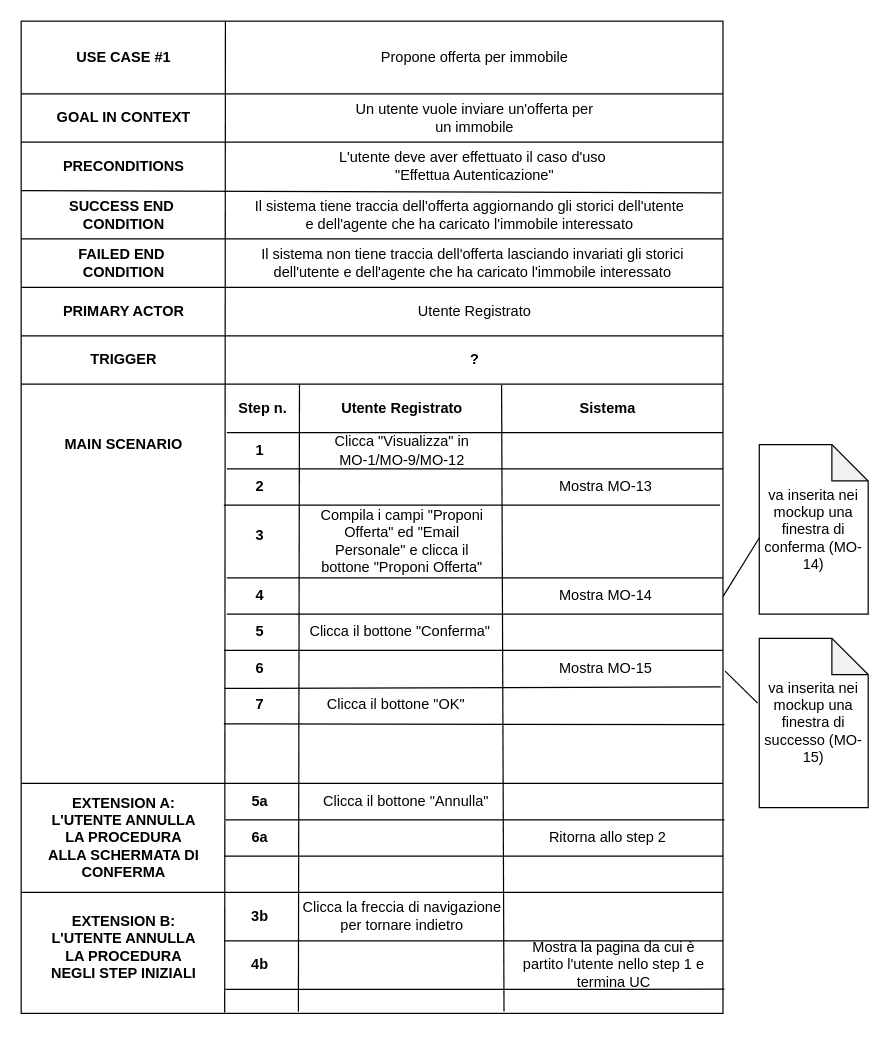
Above: documentazione/cockburns.drawio in Lucalorenzo004/DietiEstates25 (draw.io), before the change. Source tidied: cells renumbered, new cells numbered last; positions are measured from the earlier drawing's top-left corner, leaving out a move shared by most shapes. Both pictures are drawn from the tidied source at 121%, with x=0, y=0 at pixel (21, 21).
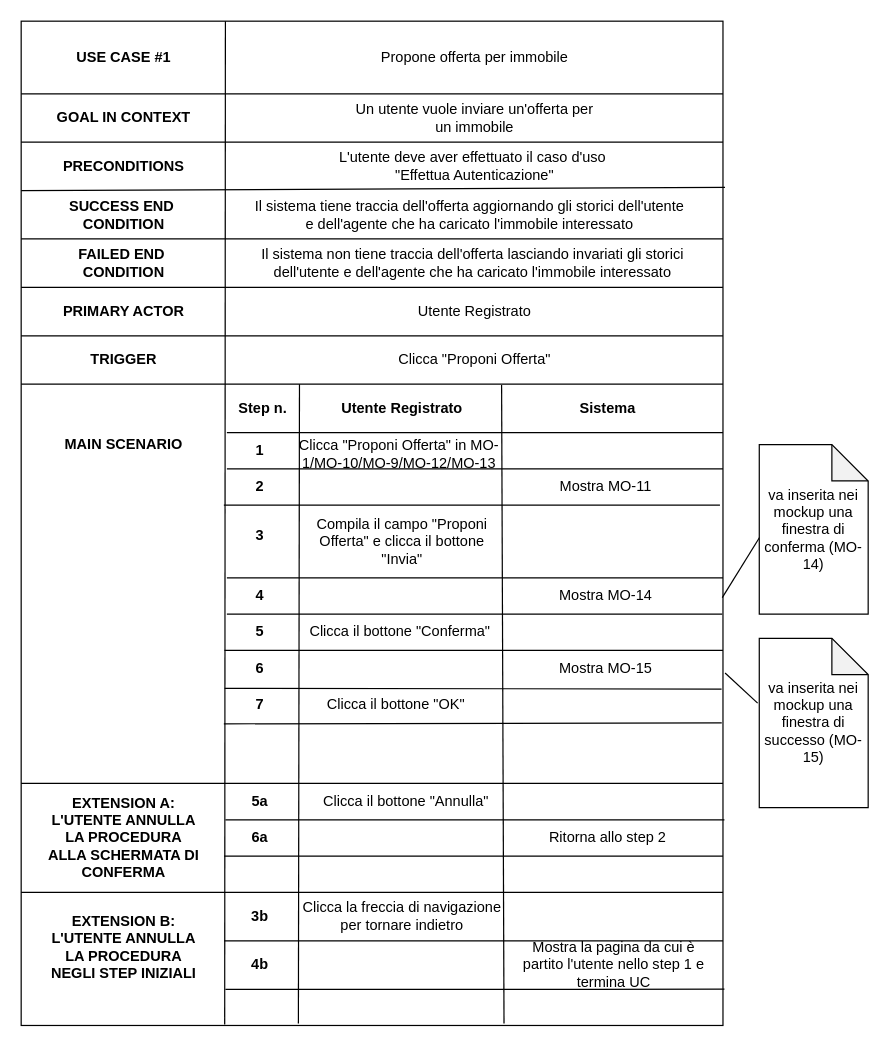
Above is the later version.

Commit message:
ultimato Cockburn relativo al caso d'uso di proposta di un offerta

The change refers to these unchanged cells:
```xml
<mxCell id="21" value="Il sistema tiene traccia dell'offerta aggiornando gli storici dell'utente&amp;nbsp;&lt;div&gt;e dell'agente che ha caricato l'immobile interessato&amp;nbsp;&lt;/div&gt;" style="text;html=1;align=center;verticalAlign=middle;whiteSpace=wrap;rounded=0;" parent="1" vertex="1">
  <mxGeometry x="165" y="140" width="415" height="40" as="geometry" />
</mxCell>
<mxCell id="45" value="va inserita nei mockup una finestra di conferma (MO-14)" style="shape=note;whiteSpace=wrap;html=1;backgroundOutline=1;darkOpacity=0.05;" parent="1" vertex="1">
  <mxGeometry x="610" y="350" width="90" height="140" as="geometry" />
</mxCell>
<mxCell id="51" value="va inserita nei mockup una finestra di successo (MO-15)" style="shape=note;whiteSpace=wrap;html=1;backgroundOutline=1;darkOpacity=0.05;" parent="1" vertex="1">
  <mxGeometry x="610" y="510" width="90" height="140" as="geometry" />
</mxCell>
```

Change to the diagram source:
```diff
@@
     <mxCell id="2" style="rounded=0;whiteSpace=wrap;html=1;" parent="1" vertex="1">
-      <mxGeometry width="580" height="820" as="geometry" />
+      <mxGeometry width="580" height="830" as="geometry" />
     </mxCell>
@@
-    <mxCell id="13" style="endArrow=none;html=1;rounded=0;exitX=-0.003;exitY=0.071;exitDx=0;exitDy=0;exitPerimeter=0;entryX=0.998;entryY=0.173;entryDx=0;entryDy=0;entryPerimeter=0;" parent="1" edge="1" target="2">
+    <mxCell id="13" style="endArrow=none;html=1;rounded=0;exitX=-0.003;exitY=0.071;exitDx=0;exitDy=0;exitPerimeter=0;entryX=1.004;entryY=-0.064;entryDx=0;entryDy=0;entryPerimeter=0;" parent="1" edge="1" target="21">
       <mxGeometry relative="1" as="geometry">
         <mxPoint y="140" as="sourcePoint" />
       </mxGeometry>
     </mxCell>
@@
-    <mxCell id="24" value="&lt;b&gt;?&lt;/b&gt;" style="text;html=1;align=center;verticalAlign=middle;whiteSpace=wrap;rounded=0;" parent="1" vertex="1">
+    <mxCell id="24" value="Clicca &quot;Proponi Offerta&quot;" style="text;html=1;align=center;verticalAlign=middle;whiteSpace=wrap;rounded=0;" parent="1" vertex="1">
       <mxGeometry x="270" y="260" width="210" height="40" as="geometry" />
     </mxCell>
@@
-    <mxCell id="34" value="Clicca &quot;Visualizza&quot; in MO-1/MO-9/MO-12" style="text;html=1;align=center;verticalAlign=middle;whiteSpace=wrap;rounded=0;" parent="1" vertex="1">
-      <mxGeometry x="250" y="335" width="130" height="40" as="geometry" />
+    <mxCell id="34" value="Clicca &quot;Proponi Offerta&quot; in&amp;nbsp;&lt;span style=&quot;background-color: initial;&quot;&gt;MO-1/MO-10/MO-9/MO-12/MO-13&lt;/span&gt;" style="text;html=1;align=center;verticalAlign=middle;whiteSpace=wrap;rounded=0;" parent="1" vertex="1">
+      <mxGeometry x="225" y="340" width="175" height="35" as="geometry" />
     </mxCell>
@@
-    <mxCell id="37" value="Mostra MO-13&amp;nbsp;" style="text;html=1;align=center;verticalAlign=middle;whiteSpace=wrap;rounded=0;" parent="1" vertex="1">
+    <mxCell id="37" value="Mostra MO-11&amp;nbsp;" style="text;html=1;align=center;verticalAlign=middle;whiteSpace=wrap;rounded=0;" parent="1" vertex="1">
       <mxGeometry x="420" y="365" width="130" height="40" as="geometry" />
     </mxCell>
@@
-    <mxCell id="40" value="Compila i campi &quot;Proponi Offerta&quot; ed &quot;Email Personale&quot; e clicca il bottone &quot;Proponi Offerta&quot;" style="text;html=1;align=center;verticalAlign=middle;whiteSpace=wrap;rounded=0;" parent="1" vertex="1">
+    <mxCell id="40" value="Compila il campo &quot;Proponi Offerta&quot; e clicca il bottone &quot;Invia&quot;" style="text;html=1;align=center;verticalAlign=middle;whiteSpace=wrap;rounded=0;" parent="1" vertex="1">
       <mxGeometry x="240" y="410" width="150" height="40" as="geometry" />
     </mxCell>
@@
-    <mxCell id="44" style="endArrow=none;html=1;rounded=0;exitX=1;exitY=0.58;exitDx=0;exitDy=0;exitPerimeter=0;entryX=0.005;entryY=0.545;entryDx=0;entryDy=0;entryPerimeter=0;" parent="1" edge="1" source="2" target="45">
+    <mxCell id="44" style="endArrow=none;html=1;rounded=0;exitX=0.999;exitY=0.574;exitDx=0;exitDy=0;exitPerimeter=0;entryX=0.005;entryY=0.545;entryDx=0;entryDy=0;entryPerimeter=0;" parent="1" edge="1" source="2" target="45">
       <mxGeometry relative="1" as="geometry" />
     </mxCell>
@@
-    <mxCell id="49" style="endArrow=none;html=1;rounded=0;entryX=0.997;entryY=0.671;entryDx=0;entryDy=0;entryPerimeter=0;" parent="1" edge="1" target="2">
+    <mxCell id="49" style="endArrow=none;html=1;rounded=0;entryX=0.998;entryY=0.665;entryDx=0;entryDy=0;entryPerimeter=0;" parent="1" edge="1" target="2">
       <mxGeometry relative="1" as="geometry">
         <mxPoint x="168.1" y="551.4" as="sourcePoint" />
       </mxGeometry>
     </mxCell>
@@
-    <mxCell id="52" style="endArrow=none;html=1;rounded=0;entryX=-0.015;entryY=0.383;entryDx=0;entryDy=0;entryPerimeter=0;exitX=1.003;exitY=0.655;exitDx=0;exitDy=0;exitPerimeter=0;" parent="1" edge="1" source="2" target="51">
+    <mxCell id="52" style="endArrow=none;html=1;rounded=0;entryX=-0.015;entryY=0.383;entryDx=0;entryDy=0;entryPerimeter=0;exitX=1.003;exitY=0.649;exitDx=0;exitDy=0;exitPerimeter=0;" parent="1" edge="1" source="2" target="51">
       <mxGeometry relative="1" as="geometry" />
     </mxCell>
@@
-    <mxCell id="54" style="endArrow=none;html=1;rounded=0;entryX=1.002;entryY=0.709;entryDx=0;entryDy=0;entryPerimeter=0;" parent="1" edge="1" target="2">
+    <mxCell id="54" style="endArrow=none;html=1;rounded=0;" parent="1" edge="1">
       <mxGeometry relative="1" as="geometry">
         <mxPoint x="167.5" y="580.7" as="sourcePoint" />
+        <mxPoint x="579" y="580" as="targetPoint" />
       </mxGeometry>
     </mxCell>
```
